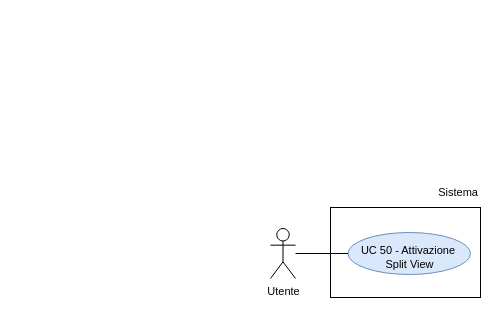
Above: RTB/doc_esterna/analisi-dei-requisiti/assets/draw.io/UC50.drawio in thebitless-group-swe/thebitless.github.io (draw.io), before the change. Source tidied: cells renumbered, new cells numbered last; positions are measured from the earlier drawing's top-left corner, leaving out a move shared by most shapes. Both pictures are drawn from the tidied source at 100%, with x=0, y=0 at pixel (270, 177).
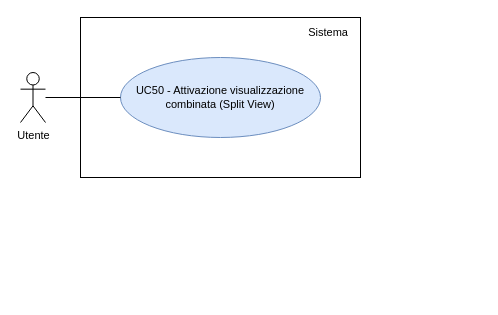
After the change.

What changed in the source:
```diff
@@
 <mxGraphModel>
   <root>
     <mxCell id="0" />
     <mxCell id="1" parent="0" />
     <mxCell id="2" value="Utente" style="shape=umlActor;verticalLabelPosition=bottom;verticalAlign=top;html=1;outlineConnect=0;fontSize=11;" parent="1" vertex="1">
-      <mxGeometry y="51" width="25" height="50" as="geometry" />
+      <mxGeometry x="-250" y="-105" width="25" height="50" as="geometry" />
     </mxCell>
-    <mxCell id="3" style="rounded=0;whiteSpace=wrap;html=1;strokeWidth=1;" parent="1" vertex="1">
-      <mxGeometry x="60" y="30" width="150" height="90" as="geometry" />
-    </mxCell>
+    <mxCell id="8" style="rounded=0;whiteSpace=wrap;html=1;strokeWidth=1;" parent="1" vertex="1">
+      <mxGeometry x="-190" y="-160" width="280" height="160" as="geometry" />
+    </mxCell>
     <mxCell id="4" value="Sistema" style="text;html=1;whiteSpace=wrap;strokeColor=none;fillColor=none;align=right;verticalAlign=middle;fontSize=11;" parent="1" vertex="1">
-      <mxGeometry x="150" width="60" height="30" as="geometry" />
+      <mxGeometry x="10" y="-155" width="70" height="20" as="geometry" />
     </mxCell>
-    <mxCell id="5" value="UC 50 - Attivazione&amp;nbsp; Split View" style="ellipse;whiteSpace=wrap;html=1;fillColor=#dae8fc;strokeColor=#6c8ebf;fontSize=11;spacingBottom=-7;" parent="1" vertex="1">
-      <mxGeometry x="77.5" y="55" width="122.5" height="42" as="geometry" />
-    </mxCell>
-    <mxCell id="6" style="edgeStyle=none;rounded=0;jettySize=auto;html=1;endArrow=none;endFill=0;" parent="1" edge="1" source="2" target="5">
-      <mxGeometry relative="1" as="geometry" />
-    </mxCell>
-    <mxCell id="7" style="edgeStyle=orthogonalEdgeStyle;rounded=0;orthogonalLoop=1;jettySize=auto;html=1;exitX=0.5;exitY=1;exitDx=0;exitDy=0;" parent="1" edge="1" source="4" target="4">
-      <mxGeometry relative="1" as="geometry" />
-    </mxCell>
+    <mxCell id="9" value="UC50 - Attivazione visualizzazione combinata (Split View)" style="ellipse;whiteSpace=wrap;html=1;fillColor=#dae8fc;strokeColor=#6c8ebf;fontSize=11;" parent="1" vertex="1">
+      <mxGeometry x="-150" y="-120" width="200" height="80" as="geometry" />
+    </mxCell>
+    <mxCell id="10" style="edgeStyle=none;rounded=0;jettySize=auto;html=1;endArrow=none;endFill=0;" parent="1" edge="1" source="2" target="9">
+      <mxGeometry relative="1" as="geometry" />
+    </mxCell>
   </root>
 </mxGraphModel>
```
